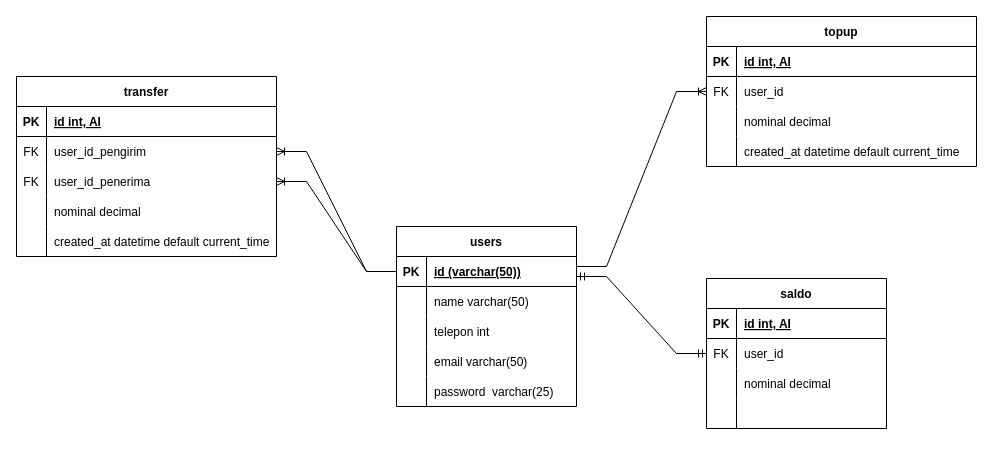
Before: ERD.drawio in ALTA-BE15-IdaKusumawati/ALTA-kel3-account-service-app-project, a draw.io diagram. Source tidied: cells renumbered, new cells numbered last; positions are measured from the earlier drawing's top-left corner, leaving out a move shared by most shapes. Both pictures are drawn from the tidied source at 100%, with x=0, y=0 at pixel (16, 16).
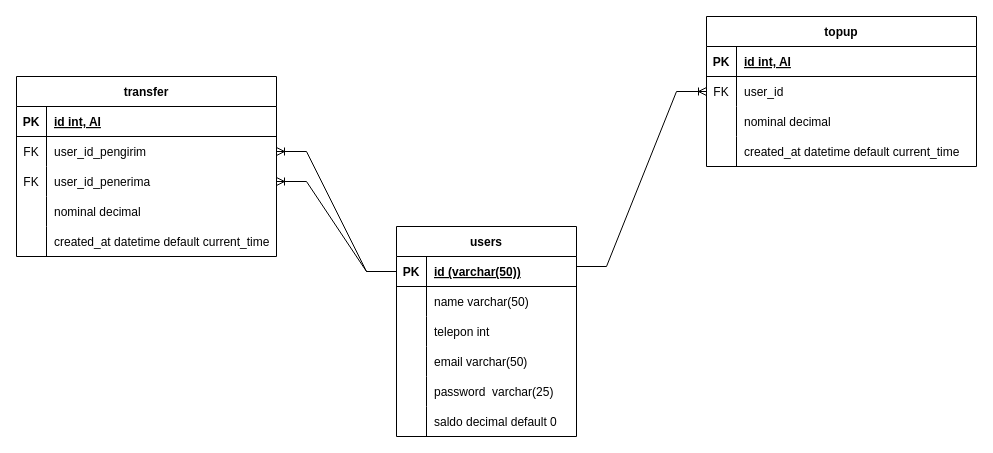
After the change.

Commit message (it also covers changes not shown here):
update ERD memasukkan saldo ke ERD

What changed in the source:
```diff
@@
     <mxCell id="2" value="users" style="shape=table;startSize=30;childLayout=tableLayout;rowLines=0;fontStyle=1;align=center;" parent="1" vertex="1">
-      <mxGeometry x="380" y="210" width="180" height="180" as="geometry" />
+      <mxGeometry x="380" y="210" width="180" height="210" as="geometry" />
     </mxCell>
@@
+    <mxCell id="64" style="shape=tableRow;horizontal=0;startSize=0;swimlaneHead=0;swimlaneBody=0;fillColor=none;top=0;left=0;right=0;bottom=0;" parent="2" vertex="1">
+      <mxGeometry y="180" width="180" height="30" as="geometry" />
+    </mxCell>
+    <mxCell id="65" style="shape=partialRectangle;fillColor=none;top=0;left=0;bottom=0;right=0;overflow=hidden;" parent="64" vertex="1">
+      <mxGeometry width="30" height="30" as="geometry" />
+    </mxCell>
+    <mxCell id="66" value="saldo decimal default 0" style="shape=partialRectangle;fillColor=none;top=0;left=0;bottom=0;right=0;align=left;spacingLeft=6;overflow=hidden;" parent="64" vertex="1">
+      <mxGeometry x="30" width="150" height="30" as="geometry" />
+    </mxCell>
@@
-    <mxCell id="31" value="saldo" style="shape=table;startSize=30;childLayout=tableLayout;rowLines=0;fontStyle=1;align=center;" parent="1" vertex="1">
-      <mxGeometry x="690" y="262" width="180" height="150" as="geometry" />
-    </mxCell>
-    <mxCell id="32" style="shape=tableRow;horizontal=0;startSize=0;swimlaneHead=0;swimlaneBody=0;fillColor=none;top=0;left=0;right=0;bottom=1;" parent="31" vertex="1">
-      <mxGeometry y="30" width="180" height="30" as="geometry" />
-    </mxCell>
-    <mxCell id="33" value="PK" style="shape=partialRectangle;fillColor=none;top=0;left=0;bottom=0;right=0;fontStyle=1;overflow=hidden;" parent="32" vertex="1">
-      <mxGeometry width="30" height="30" as="geometry" />
-    </mxCell>
-    <mxCell id="34" value="id int, AI" style="shape=partialRectangle;fillColor=none;top=0;left=0;bottom=0;right=0;align=left;spacingLeft=6;fontStyle=5;overflow=hidden;" parent="32" vertex="1">
-      <mxGeometry x="30" width="150" height="30" as="geometry" />
-    </mxCell>
-    <mxCell id="35" style="shape=tableRow;horizontal=0;startSize=0;swimlaneHead=0;swimlaneBody=0;fillColor=none;points=[[0,0.5],[1,0.5]];portConstraint=eastwest;top=0;left=0;right=0;bottom=0;" parent="31" vertex="1">
-      <mxGeometry y="60" width="180" height="30" as="geometry" />
-    </mxCell>
-    <mxCell id="36" value="FK" style="shape=partialRectangle;fillColor=none;top=0;left=0;bottom=0;right=0;overflow=hidden;" parent="35" vertex="1">
-      <mxGeometry width="30" height="30" as="geometry" />
-    </mxCell>
-    <mxCell id="37" value="user_id" style="shape=partialRectangle;fillColor=none;top=0;left=0;bottom=0;right=0;align=left;spacingLeft=6;overflow=hidden;" parent="35" vertex="1">
-      <mxGeometry x="30" width="150" height="30" as="geometry" />
-    </mxCell>
-    <mxCell id="38" style="shape=tableRow;horizontal=0;startSize=0;swimlaneHead=0;swimlaneBody=0;fillColor=none;top=0;left=0;right=0;bottom=0;" parent="31" vertex="1">
-      <mxGeometry y="90" width="180" height="30" as="geometry" />
-    </mxCell>
-    <mxCell id="39" style="shape=partialRectangle;fillColor=none;top=0;left=0;bottom=0;right=0;overflow=hidden;" parent="38" vertex="1">
-      <mxGeometry width="30" height="30" as="geometry" />
-    </mxCell>
-    <mxCell id="40" value="nominal decimal" style="shape=partialRectangle;fillColor=none;top=0;left=0;bottom=0;right=0;align=left;spacingLeft=6;overflow=hidden;" parent="38" vertex="1">
-      <mxGeometry x="30" width="150" height="30" as="geometry" />
-    </mxCell>
-    <mxCell id="41" style="shape=tableRow;horizontal=0;startSize=0;swimlaneHead=0;swimlaneBody=0;fillColor=none;top=0;left=0;right=0;bottom=0;" parent="31" vertex="1">
-      <mxGeometry y="120" width="180" height="30" as="geometry" />
-    </mxCell>
-    <mxCell id="42" style="shape=partialRectangle;fillColor=none;top=0;left=0;bottom=0;right=0;overflow=hidden;" parent="41" vertex="1">
-      <mxGeometry width="30" height="30" as="geometry" />
-    </mxCell>
-    <mxCell id="43" style="shape=partialRectangle;fillColor=none;top=0;left=0;bottom=0;right=0;align=left;spacingLeft=6;overflow=hidden;" parent="41" vertex="1">
-      <mxGeometry x="30" width="150" height="30" as="geometry" />
-    </mxCell>
@@
-    <mxCell id="60" style="edgeStyle=entityRelationEdgeStyle;fontSize=12;html=1;endArrow=ERmandOne;startArrow=ERmandOne;rounded=0;entryX=0;entryY=0.5;entryDx=0;entryDy=0;" parent="1" edge="1" target="35">
-      <mxGeometry relative="1" as="geometry">
-        <mxPoint x="560" y="260" as="sourcePoint" />
-      </mxGeometry>
-    </mxCell>
```
